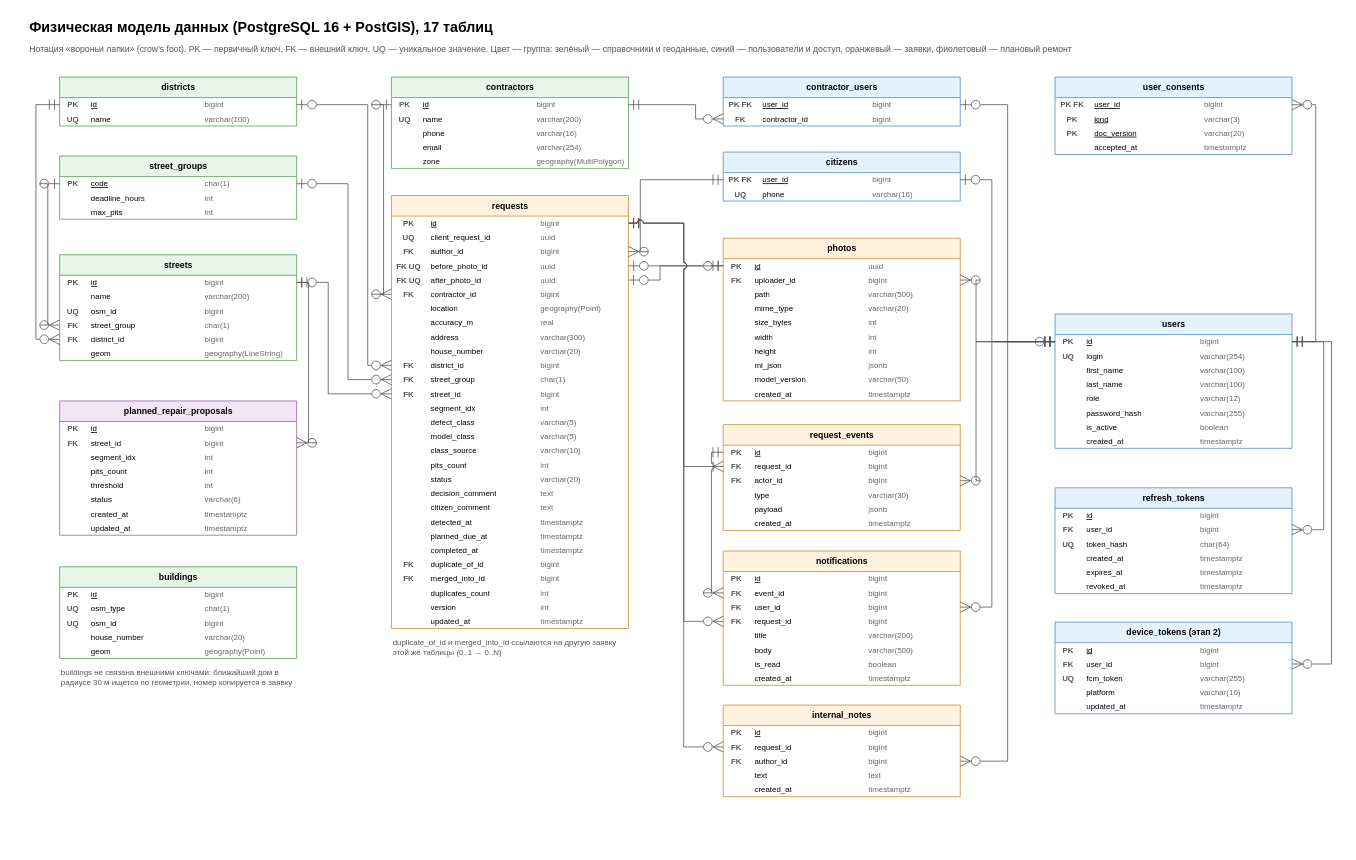
Before: page "ER физическая модель" (2 of 2) of docs/diagrams/er-model.drawio in safron0540/neo-pothole-service, a draw.io diagram. Source tidied: cells renumbered, new cells numbered last; positions are measured from the earlier drawing's top-left corner, leaving out a move shared by most shapes. Both pictures are drawn from the tidied source at 79%, with x=0, y=0 at pixel (28, 13).
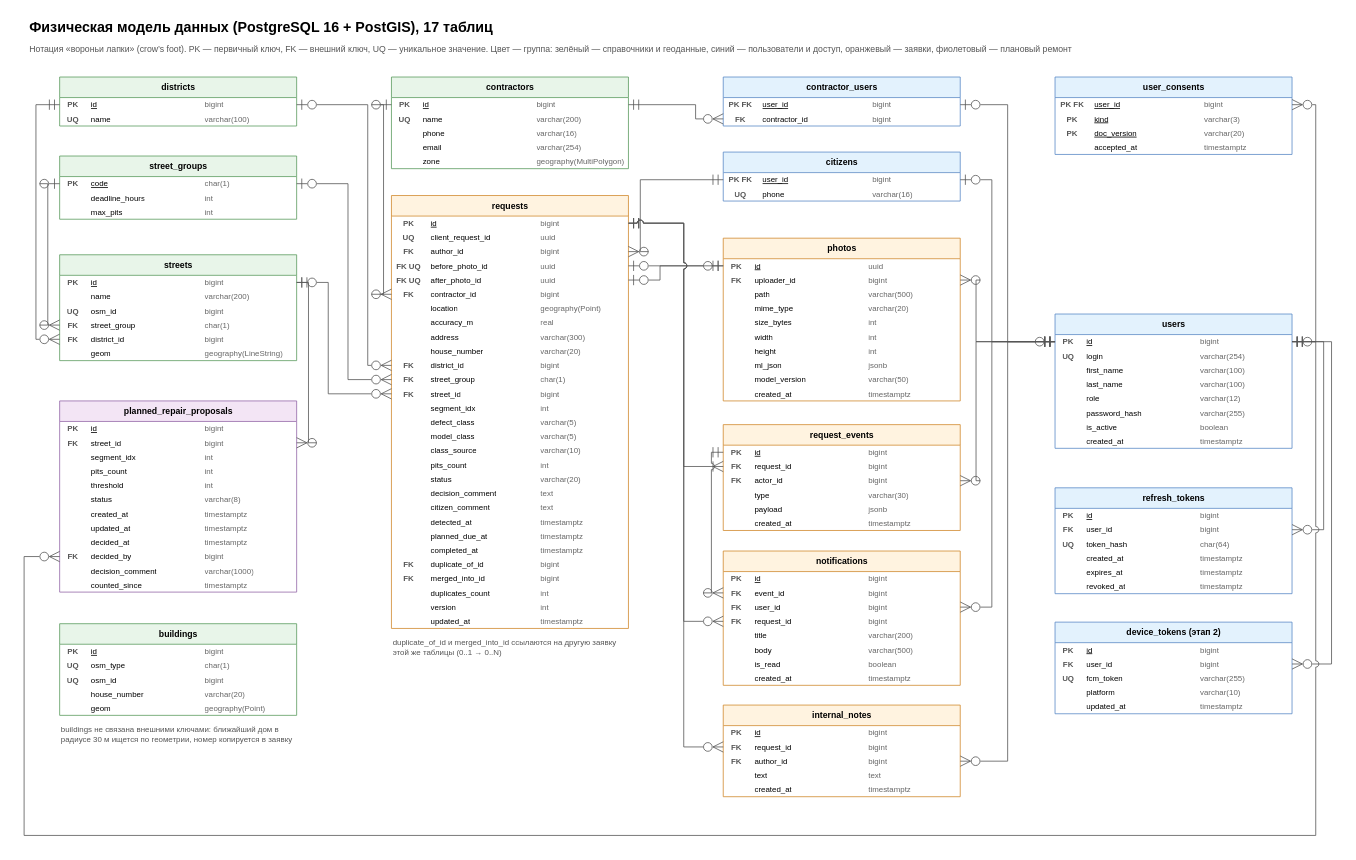
The same page after the edit.

Unchanged cells that the change refers to:
```xml
<mxCell id="335" style="text;html=1;strokeColor=none;fillColor=none;" parent="331" vertex="1">
  <mxGeometry y="26" width="300" height="18" as="geometry" />
</mxCell>
```

The edit, as a diff of the source:
```diff
@@
     <mxCell id="47" value="planned_repair_proposals" style="fontFamily=Arial;swimlane;html=1;fontStyle=1;fontSize=11;startSize=26;horizontal=1;fillColor=#F3E5F5;strokeColor=#9467A8;swimlaneFillColor=#ffffff;rounded=0;" parent="1" vertex="1">
-      <mxGeometry x="40" y="490" width="300" height="170" as="geometry" />
+      <mxGeometry x="40" y="490" width="300" height="242" as="geometry" />
     </mxCell>
@@
-    <mxCell id="66" value="varchar(6)" style="fontFamily=Arial;text;html=1;fontSize=10;strokeColor=none;fillColor=none;verticalAlign=middle;overflow=hidden;align=left;fontColor=#666666;spacingLeft=2;" parent="47" vertex="1">
+    <mxCell id="66" value="varchar(8)" style="fontFamily=Arial;text;html=1;fontSize=10;strokeColor=none;fillColor=none;verticalAlign=middle;overflow=hidden;align=left;fontColor=#666666;spacingLeft=2;" parent="47" vertex="1">
       <mxGeometry x="180.3" y="116" width="119.7" height="18" as="geometry" />
     </mxCell>
@@
+    <mxCell id="441" value="decided_at" style="fontFamily=Arial;text;html=1;fontSize=10;strokeColor=none;fillColor=none;verticalAlign=middle;overflow=hidden;align=left;spacingLeft=4;" parent="47" vertex="1">
+      <mxGeometry x="34" y="170" width="146.3" height="18" as="geometry" />
+    </mxCell>
+    <mxCell id="442" value="timestamptz" style="fontFamily=Arial;text;html=1;fontSize=10;strokeColor=none;fillColor=none;verticalAlign=middle;overflow=hidden;align=left;fontColor=#666666;spacingLeft=2;" parent="47" vertex="1">
+      <mxGeometry x="180.3" y="170" width="119.7" height="18" as="geometry" />
+    </mxCell>
+    <mxCell id="443" style="text;html=1;strokeColor=none;fillColor=none;" parent="47" vertex="1">
+      <mxGeometry y="170" width="300" height="18" as="geometry" />
+    </mxCell>
+    <mxCell id="444" value="&lt;b&gt;FK&lt;/b&gt;" style="fontFamily=Arial;text;html=1;fontSize=10;strokeColor=none;fillColor=none;verticalAlign=middle;overflow=hidden;align=center;fontColor=#555555;" parent="47" vertex="1">
+      <mxGeometry y="188" width="34" height="18" as="geometry" />
+    </mxCell>
+    <mxCell id="445" value="decided_by" style="fontFamily=Arial;text;html=1;fontSize=10;strokeColor=none;fillColor=none;verticalAlign=middle;overflow=hidden;align=left;spacingLeft=4;" parent="47" vertex="1">
+      <mxGeometry x="34" y="188" width="146.3" height="18" as="geometry" />
+    </mxCell>
+    <mxCell id="446" value="bigint" style="fontFamily=Arial;text;html=1;fontSize=10;strokeColor=none;fillColor=none;verticalAlign=middle;overflow=hidden;align=left;fontColor=#666666;spacingLeft=2;" parent="47" vertex="1">
+      <mxGeometry x="180.3" y="188" width="119.7" height="18" as="geometry" />
+    </mxCell>
+    <mxCell id="447" style="text;html=1;strokeColor=none;fillColor=none;" parent="47" vertex="1">
+      <mxGeometry y="188" width="300" height="18" as="geometry" />
+    </mxCell>
+    <mxCell id="448" value="decision_comment" style="fontFamily=Arial;text;html=1;fontSize=10;strokeColor=none;fillColor=none;verticalAlign=middle;overflow=hidden;align=left;spacingLeft=4;" parent="47" vertex="1">
+      <mxGeometry x="34" y="206" width="146.3" height="18" as="geometry" />
+    </mxCell>
+    <mxCell id="449" value="varchar(1000)" style="fontFamily=Arial;text;html=1;fontSize=10;strokeColor=none;fillColor=none;verticalAlign=middle;overflow=hidden;align=left;fontColor=#666666;spacingLeft=2;" parent="47" vertex="1">
+      <mxGeometry x="180.3" y="206" width="119.7" height="18" as="geometry" />
+    </mxCell>
+    <mxCell id="450" style="text;html=1;strokeColor=none;fillColor=none;" parent="47" vertex="1">
+      <mxGeometry y="206" width="300" height="18" as="geometry" />
+    </mxCell>
+    <mxCell id="451" value="counted_since" style="fontFamily=Arial;text;html=1;fontSize=10;strokeColor=none;fillColor=none;verticalAlign=middle;overflow=hidden;align=left;spacingLeft=4;" parent="47" vertex="1">
+      <mxGeometry x="34" y="224" width="146.3" height="18" as="geometry" />
+    </mxCell>
+    <mxCell id="452" value="timestamptz" style="fontFamily=Arial;text;html=1;fontSize=10;strokeColor=none;fillColor=none;verticalAlign=middle;overflow=hidden;align=left;fontColor=#666666;spacingLeft=2;" parent="47" vertex="1">
+      <mxGeometry x="180.3" y="224" width="119.7" height="18" as="geometry" />
+    </mxCell>
+    <mxCell id="453" style="text;html=1;strokeColor=none;fillColor=none;" parent="47" vertex="1">
+      <mxGeometry y="224" width="300" height="18" as="geometry" />
+    </mxCell>
     <mxCell id="74" value="buildings" style="fontFamily=Arial;swimlane;html=1;fontStyle=1;fontSize=11;startSize=26;horizontal=1;fillColor=#E8F5E9;strokeColor=#5B9B5E;swimlaneFillColor=#ffffff;rounded=0;" parent="1" vertex="1">
-      <mxGeometry x="40" y="700" width="300" height="116" as="geometry" />
+      <mxGeometry x="40" y="772" width="300" height="116" as="geometry" />
     </mxCell>
@@
     <mxCell id="415" value="buildings не связана внешними ключами: ближайший дом в радиусе 30 м ищется по геометрии, номер копируется в заявку" style="fontFamily=Arial;text;html=1;fontSize=10;fontColor=#555555;align=left;whiteSpace=wrap;verticalAlign=top;" parent="1" vertex="1">
-      <mxGeometry x="40" y="822" width="300" height="40" as="geometry" />
+      <mxGeometry x="40" y="894" width="300" height="40" as="geometry" />
     </mxCell>
@@
+    <mxCell id="454" style="fontFamily=Arial;edgeStyle=orthogonalEdgeStyle;rounded=0;html=1;endSize=11;startSize=11;strokeColor=#555555;startArrow=ERzeroToMany;endArrow=ERzeroToOne;startFill=0;endFill=0;jumpStyle=arc;jumpSize=8;exitX=0;exitY=0.5;exitPerimeter=0;entryX=1;entryY=0.5;entryPerimeter=0;" parent="1" edge="1" source="447" target="335">
+      <mxGeometry relative="1" as="geometry">
+        <Array as="points">
+          <mxPoint x="-5" y="687" />
+          <mxPoint x="-5" y="1040" />
+          <mxPoint x="1630" y="1040" />
+          <mxPoint x="1630" y="415" />
+        </Array>
+      </mxGeometry>
+    </mxCell>
```
